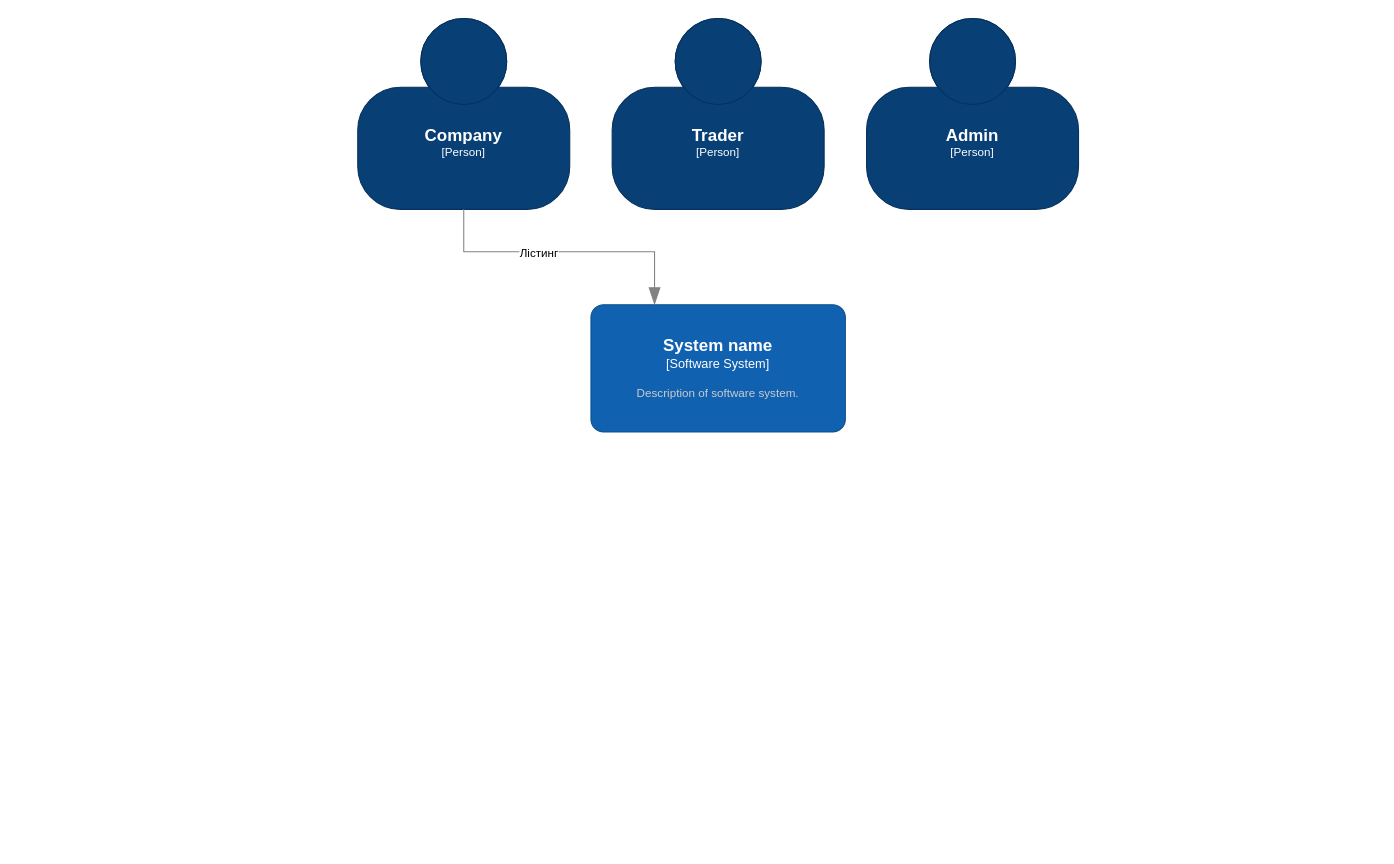
Before: stock_chart.drawio in PleskachSasha/stock_exchange, a draw.io diagram. Source tidied: cells renumbered, new cells numbered last; positions are measured from the earlier drawing's top-left corner, leaving out a move shared by most shapes. Both pictures are drawn from the tidied source at 106%, with x=0, y=0 at pixel (357, 18).
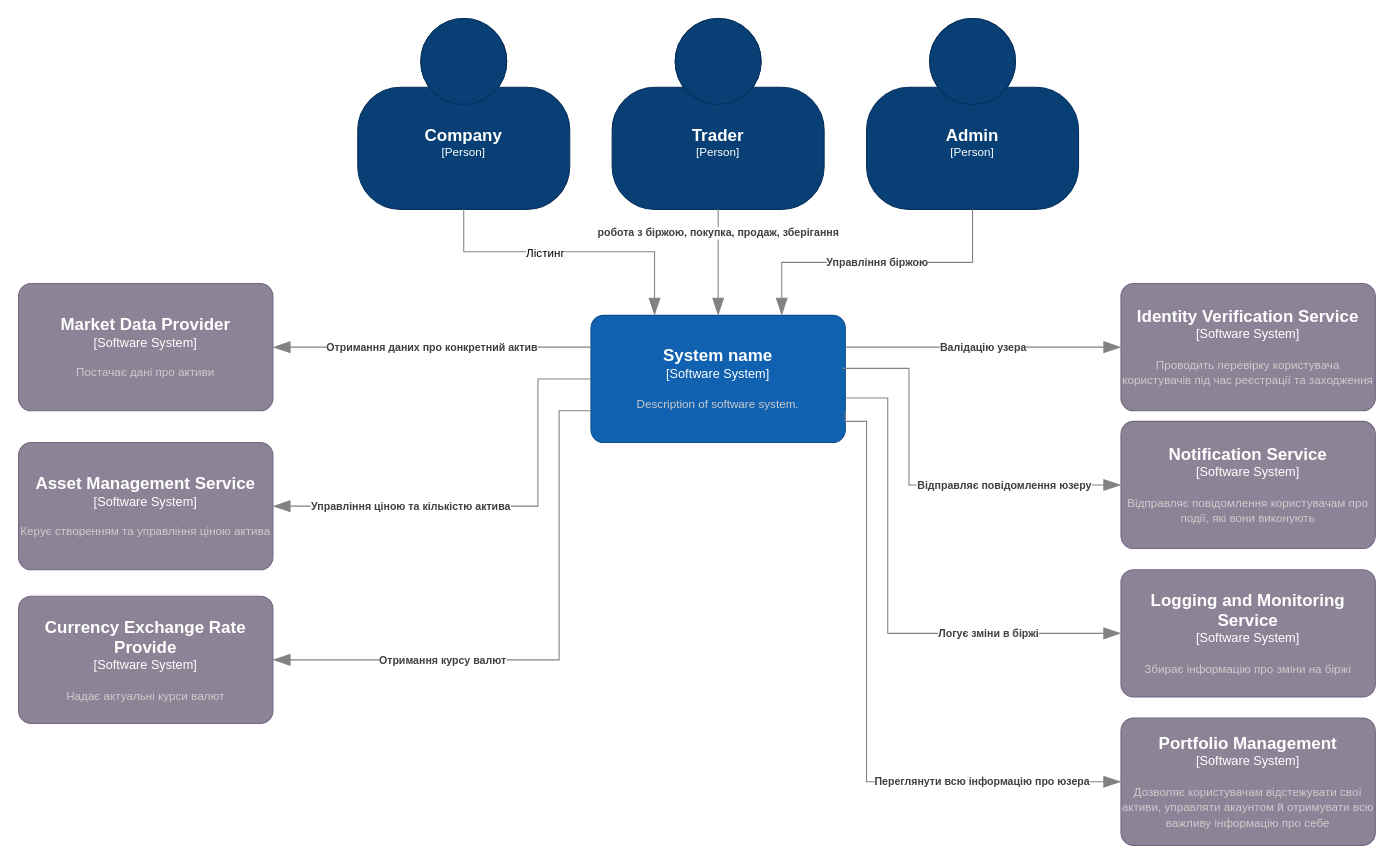
Above is the later version.

Commit message:
1 версія с4 контекст

Unchanged cells that the change refers to:
```xml
<object id="3" label="&lt;font style=&quot;font-size: 16px&quot;&gt;&lt;b&gt;%c4Name%&lt;/b&gt;&lt;/font&gt;&lt;div&gt;[%c4Type%]&lt;/div&gt;&lt;br&gt;&lt;div&gt;&lt;font style=&quot;font-size: 11px&quot;&gt;&lt;font color=&quot;#cccccc&quot;&gt;%c4Description%&lt;/font&gt;&lt;/div&gt;" c4Description="" c4Name="Trader" c4Type="Person" placeholders="1">
  <mxCell style="html=1;fontSize=11;dashed=0;whiteSpace=wrap;fillColor=#083F75;strokeColor=#06315C;fontColor=#ffffff;shape=mxgraph.c4.person2;align=center;points=[[0.5,0,0],[1,0.5,0],[1,0.75,0],[0.75,1,0],[0.5,1,0],[0.25,1,0],[0,0.75,0],[0,0.5,0]];" parent="1" vertex="1">
    <mxGeometry x="240" width="200" height="180" as="geometry" />
  </mxCell>
</object>
<object id="4" label="&lt;font style=&quot;font-size: 16px&quot;&gt;&lt;b&gt;%c4Name%&lt;/b&gt;&lt;/font&gt;&lt;div&gt;[%c4Type%]&lt;/div&gt;&lt;br&gt;&lt;div&gt;&lt;font style=&quot;font-size: 11px&quot;&gt;&lt;font color=&quot;#cccccc&quot;&gt;%c4Description%&lt;/font&gt;&lt;/div&gt;" c4Description="" c4Name="Admin" c4Type="Person" placeholders="1">
  <mxCell style="html=1;fontSize=11;dashed=0;whiteSpace=wrap;fillColor=#083F75;strokeColor=#06315C;fontColor=#ffffff;shape=mxgraph.c4.person2;align=center;points=[[0.5,0,0],[1,0.5,0],[1,0.75,0],[0.75,1,0],[0.5,1,0],[0.25,1,0],[0,0.75,0],[0,0.5,0]];" parent="1" vertex="1">
    <mxGeometry x="480" width="200" height="180" as="geometry" />
  </mxCell>
</object>
```

What changed in the source:
```diff
@@
     <object id="5" label="&lt;font style=&quot;font-size: 16px&quot;&gt;&lt;b&gt;%c4Name%&lt;/b&gt;&lt;/font&gt;&lt;div&gt;[%c4Type%]&lt;/div&gt;&lt;br&gt;&lt;div&gt;&lt;font style=&quot;font-size: 11px&quot;&gt;&lt;font color=&quot;#cccccc&quot;&gt;%c4Description%&lt;/font&gt;&lt;/div&gt;" c4Description="Description of software system." c4Name="System name" c4Type="Software System" placeholders="1">
       <mxCell style="rounded=1;whiteSpace=wrap;html=1;labelBackgroundColor=none;fillColor=#1061B0;fontColor=#ffffff;align=center;arcSize=10;strokeColor=#0D5091;points=[[0.25,0,0],[0.5,0,0],[0.75,0,0],[1,0.25,0],[1,0.5,0],[1,0.75,0],[0.75,1,0],[0.5,1,0],[0.25,1,0],[0,0.75,0],[0,0.5,0],[0,0.25,0]];" parent="1" vertex="1">
-        <mxGeometry x="220" y="270" width="240" height="120" as="geometry" />
+        <mxGeometry x="220" y="280" width="240" height="120" as="geometry" />
       </mxCell>
     </object>
@@
+    <object id="8" label="&lt;div style=&quot;text-align: left&quot;&gt;&lt;div style=&quot;text-align: center&quot;&gt;&lt;b&gt;%c4Description%&lt;/b&gt;&lt;/div&gt;" c4Description="робота з біржою, покупка, продаж, зберігання" placeholders="1">
+      <mxCell style="endArrow=blockThin;html=1;fontSize=10;fontColor=#404040;strokeWidth=1;endFill=1;strokeColor=#828282;elbow=vertical;endSize=14;startSize=14;jumpStyle=arc;jumpSize=16;rounded=0;edgeStyle=orthogonalEdgeStyle;exitX=0.5;exitY=1;exitDx=0;exitDy=0;exitPerimeter=0;entryX=0.5;entryY=0;entryDx=0;entryDy=0;entryPerimeter=0;" parent="1" edge="1" source="3" target="5">
+        <mxGeometry x="-0.56" relative="1" as="geometry" />
+      </mxCell>
+    </object>
+    <object id="9" label="&lt;div style=&quot;text-align: left&quot;&gt;&lt;div style=&quot;text-align: center&quot;&gt;&lt;b&gt;%c4Description%&lt;/b&gt;&lt;/div&gt;" c4Description="Управління біржою" placeholders="1">
+      <mxCell style="endArrow=blockThin;html=1;fontSize=10;fontColor=#404040;strokeWidth=1;endFill=1;strokeColor=#828282;elbow=vertical;endSize=14;startSize=14;jumpStyle=arc;jumpSize=16;rounded=0;edgeStyle=orthogonalEdgeStyle;exitX=0.5;exitY=1;exitDx=0;exitDy=0;exitPerimeter=0;entryX=0.75;entryY=0;entryDx=0;entryDy=0;entryPerimeter=0;" parent="1" edge="1" source="4" target="5">
+        <mxGeometry relative="1" as="geometry" />
+      </mxCell>
+    </object>
+    <object id="10" label="&lt;font style=&quot;font-size: 16px&quot;&gt;&lt;b&gt;%c4Name%&lt;/b&gt;&lt;/font&gt;&lt;div&gt;[%c4Type%]&lt;/div&gt;&lt;br&gt;&lt;div&gt;&lt;font style=&quot;font-size: 11px&quot;&gt;&lt;font color=&quot;#cccccc&quot;&gt;%c4Description%&lt;/font&gt;&lt;/div&gt;" c4Description="Постачає дані про активи" c4Name="Market Data Provider" c4Type="Software System" placeholders="1">
+      <mxCell style="rounded=1;whiteSpace=wrap;html=1;labelBackgroundColor=none;fillColor=#8C8496;fontColor=#ffffff;align=center;arcSize=10;strokeColor=#736782;points=[[0.25,0,0],[0.5,0,0],[0.75,0,0],[1,0.25,0],[1,0.5,0],[1,0.75,0],[0.75,1,0],[0.5,1,0],[0.25,1,0],[0,0.75,0],[0,0.5,0],[0,0.25,0]];" parent="1" vertex="1">
+        <mxGeometry x="-320" y="250" width="240" height="120" as="geometry" />
+      </mxCell>
+    </object>
+    <object id="11" label="&lt;font style=&quot;font-size: 16px&quot;&gt;&lt;b&gt;%c4Name%&lt;/b&gt;&lt;/font&gt;&lt;div&gt;[%c4Type%]&lt;/div&gt;&lt;br&gt;&lt;div&gt;&lt;font style=&quot;font-size: 11px&quot;&gt;&lt;font color=&quot;#cccccc&quot;&gt;%c4Description%&lt;/font&gt;&lt;/div&gt;" c4Description="Проводить перевірку користувача користувачів під час реєстрації та заходження " c4Name="Identity Verification Service" c4Type="Software System" placeholders="1">
+      <mxCell style="rounded=1;whiteSpace=wrap;html=1;labelBackgroundColor=none;fillColor=#8C8496;fontColor=#ffffff;align=center;arcSize=10;strokeColor=#736782;points=[[0.25,0,0],[0.5,0,0],[0.75,0,0],[1,0.25,0],[1,0.5,0],[1,0.75,0],[0.75,1,0],[0.5,1,0],[0.25,1,0],[0,0.75,0],[0,0.5,0],[0,0.25,0]];" parent="1" vertex="1">
+        <mxGeometry x="720" y="250" width="240" height="120" as="geometry" />
+      </mxCell>
+    </object>
+    <object id="12" label="&lt;font style=&quot;font-size: 16px&quot;&gt;&lt;b&gt;%c4Name%&lt;/b&gt;&lt;/font&gt;&lt;div&gt;[%c4Type%]&lt;/div&gt;&lt;br&gt;&lt;div&gt;&lt;font style=&quot;font-size: 11px&quot;&gt;&lt;font color=&quot;#cccccc&quot;&gt;%c4Description%&lt;/font&gt;&lt;/div&gt;" c4Description="Збирає інформацію про зміни на біржі&#10; " c4Name="Logging and Monitoring Service" c4Type="Software System" placeholders="1">
+      <mxCell style="rounded=1;whiteSpace=wrap;html=1;labelBackgroundColor=none;fillColor=#8C8496;fontColor=#ffffff;align=center;arcSize=10;strokeColor=#736782;points=[[0.25,0,0],[0.5,0,0],[0.75,0,0],[1,0.25,0],[1,0.5,0],[1,0.75,0],[0.75,1,0],[0.5,1,0],[0.25,1,0],[0,0.75,0],[0,0.5,0],[0,0.25,0]];" parent="1" vertex="1">
+        <mxGeometry x="720" y="520" width="240" height="120" as="geometry" />
+      </mxCell>
+    </object>
+    <object id="13" label="&lt;font style=&quot;font-size: 16px&quot;&gt;&lt;b&gt;%c4Name%&lt;/b&gt;&lt;/font&gt;&lt;div&gt;[%c4Type%]&lt;/div&gt;&lt;br&gt;&lt;div&gt;&lt;font style=&quot;font-size: 11px&quot;&gt;&lt;font color=&quot;#cccccc&quot;&gt;%c4Description%&lt;/font&gt;&lt;/div&gt;" c4Description="Надає актуальні курси валют" c4Name="Currency Exchange Rate Provide" c4Type="Software System" placeholders="1">
+      <mxCell style="rounded=1;whiteSpace=wrap;html=1;labelBackgroundColor=none;fillColor=#8C8496;fontColor=#ffffff;align=center;arcSize=10;strokeColor=#736782;points=[[0.25,0,0],[0.5,0,0],[0.75,0,0],[1,0.25,0],[1,0.5,0],[1,0.75,0],[0.75,1,0],[0.5,1,0],[0.25,1,0],[0,0.75,0],[0,0.5,0],[0,0.25,0]];" parent="1" vertex="1">
+        <mxGeometry x="-320" y="545" width="240" height="120" as="geometry" />
+      </mxCell>
+    </object>
+    <object id="14" label="&lt;font style=&quot;font-size: 16px&quot;&gt;&lt;b&gt;%c4Name%&lt;/b&gt;&lt;/font&gt;&lt;div&gt;[%c4Type%]&lt;/div&gt;&lt;br&gt;&lt;div&gt;&lt;font style=&quot;font-size: 11px&quot;&gt;&lt;font color=&quot;#cccccc&quot;&gt;%c4Description%&lt;/font&gt;&lt;/div&gt;" c4Description="Керує створенням та управління ціною актива" c4Name="Asset Management Service" c4Type="Software System" placeholders="1">
+      <mxCell style="rounded=1;whiteSpace=wrap;html=1;labelBackgroundColor=none;fillColor=#8C8496;fontColor=#ffffff;align=center;arcSize=10;strokeColor=#736782;points=[[0.25,0,0],[0.5,0,0],[0.75,0,0],[1,0.25,0],[1,0.5,0],[1,0.75,0],[0.75,1,0],[0.5,1,0],[0.25,1,0],[0,0.75,0],[0,0.5,0],[0,0.25,0]];" parent="1" vertex="1">
+        <mxGeometry x="-320" y="400" width="240" height="120" as="geometry" />
+      </mxCell>
+    </object>
+    <object id="15" label="&lt;font style=&quot;font-size: 16px&quot;&gt;&lt;b&gt;%c4Name%&lt;/b&gt;&lt;/font&gt;&lt;div&gt;[%c4Type%]&lt;/div&gt;&lt;br&gt;&lt;div&gt;&lt;font style=&quot;font-size: 11px&quot;&gt;&lt;font color=&quot;#cccccc&quot;&gt;%c4Description%&lt;/font&gt;&lt;/div&gt;" c4Description=" Дозволяє користувачам відстежувати свої активи, управляти акаунтом й отримувати всю важливу інформацію про себе" c4Name="Portfolio Management " c4Type="Software System" placeholders="1">
+      <mxCell style="rounded=1;whiteSpace=wrap;html=1;labelBackgroundColor=none;fillColor=#8C8496;fontColor=#ffffff;align=center;arcSize=10;strokeColor=#736782;points=[[0.25,0,0],[0.5,0,0],[0.75,0,0],[1,0.25,0],[1,0.5,0],[1,0.75,0],[0.75,1,0],[0.5,1,0],[0.25,1,0],[0,0.75,0],[0,0.5,0],[0,0.25,0]];" parent="1" vertex="1">
+        <mxGeometry x="720" y="660" width="240" height="120" as="geometry" />
+      </mxCell>
+    </object>
+    <object id="16" label="&lt;div style=&quot;text-align: left&quot;&gt;&lt;div style=&quot;text-align: center&quot;&gt;&lt;b&gt;%c4Description%&lt;/b&gt;&lt;/div&gt;" c4Description="Отримання даних про конкретний актив" placeholders="1">
+      <mxCell style="endArrow=blockThin;html=1;fontSize=10;fontColor=#404040;strokeWidth=1;endFill=1;strokeColor=#828282;elbow=vertical;endSize=14;startSize=14;jumpStyle=arc;jumpSize=16;rounded=0;edgeStyle=orthogonalEdgeStyle;entryX=1;entryY=0.5;entryDx=0;entryDy=0;entryPerimeter=0;exitX=0;exitY=0.25;exitDx=0;exitDy=0;exitPerimeter=0;" parent="1" edge="1" source="5" target="10">
+        <mxGeometry relative="1" as="geometry" />
+      </mxCell>
+    </object>
+    <object id="17" label="&lt;div style=&quot;text-align: left&quot;&gt;&lt;div style=&quot;text-align: center&quot;&gt;&lt;b&gt;%c4Description%&lt;/b&gt;&lt;/div&gt;" c4Description="Отримання курсу валют" placeholders="1">
+      <mxCell style="endArrow=blockThin;html=1;fontSize=10;fontColor=#404040;strokeWidth=1;endFill=1;strokeColor=#828282;elbow=vertical;endSize=14;startSize=14;jumpStyle=arc;jumpSize=16;rounded=0;edgeStyle=orthogonalEdgeStyle;exitX=0;exitY=0.75;exitDx=0;exitDy=0;exitPerimeter=0;entryX=1;entryY=0.5;entryDx=0;entryDy=0;entryPerimeter=0;" parent="1" edge="1" source="5" target="13">
+        <mxGeometry x="0.4" relative="1" as="geometry">
+          <Array as="points">
+            <mxPoint x="190" y="370" />
+            <mxPoint x="190" y="605" />
+          </Array>
+        </mxGeometry>
+      </mxCell>
+    </object>
+    <object id="18" label="&lt;div style=&quot;text-align: left&quot;&gt;&lt;div style=&quot;text-align: center&quot;&gt;&lt;b&gt;%c4Description%&lt;/b&gt;&lt;/div&gt;" c4Description="Управління ціною та кількістю актива" placeholders="1">
+      <mxCell style="endArrow=blockThin;html=1;fontSize=10;fontColor=#404040;strokeWidth=1;endFill=1;strokeColor=#828282;elbow=vertical;endSize=14;startSize=14;jumpStyle=arc;jumpSize=16;rounded=0;edgeStyle=orthogonalEdgeStyle;entryX=1;entryY=0.5;entryDx=0;entryDy=0;entryPerimeter=0;exitX=0;exitY=0.5;exitDx=0;exitDy=0;exitPerimeter=0;" parent="1" edge="1" source="5" target="14">
+        <mxGeometry x="0.38" relative="1" as="geometry">
+          <Array as="points">
+            <mxPoint x="170" y="340" />
+            <mxPoint x="170" y="460" />
+          </Array>
+        </mxGeometry>
+      </mxCell>
+    </object>
+    <object id="19" label="&lt;div style=&quot;text-align: left&quot;&gt;&lt;div style=&quot;text-align: center&quot;&gt;&lt;b&gt;%c4Description%&lt;/b&gt;&lt;/div&gt;" c4Description="Валідацію узера " placeholders="1">
+      <mxCell style="endArrow=blockThin;html=1;fontSize=10;fontColor=#404040;strokeWidth=1;endFill=1;strokeColor=#828282;elbow=vertical;endSize=14;startSize=14;jumpStyle=arc;jumpSize=16;rounded=0;edgeStyle=orthogonalEdgeStyle;entryX=0;entryY=0.5;entryDx=0;entryDy=0;entryPerimeter=0;exitX=1;exitY=0.25;exitDx=0;exitDy=0;exitPerimeter=0;" parent="1" edge="1" source="5" target="11">
+        <mxGeometry relative="1" as="geometry" />
+      </mxCell>
+    </object>
+    <object id="20" label="&lt;div style=&quot;text-align: left&quot;&gt;&lt;div style=&quot;text-align: center&quot;&gt;&lt;b&gt;%c4Description%&lt;/b&gt;&lt;/div&gt;" c4Description="Логує зміни в біржі" placeholders="1">
+      <mxCell style="endArrow=blockThin;html=1;fontSize=10;fontColor=#404040;strokeWidth=1;endFill=1;strokeColor=#828282;elbow=vertical;endSize=14;startSize=14;jumpStyle=arc;jumpSize=16;rounded=0;edgeStyle=orthogonalEdgeStyle;entryX=0;entryY=0.5;entryDx=0;entryDy=0;entryPerimeter=0;exitX=1.004;exitY=0.65;exitDx=0;exitDy=0;exitPerimeter=0;" parent="1" edge="1" source="5" target="12">
+        <mxGeometry x="0.48" relative="1" as="geometry">
+          <Array as="points">
+            <mxPoint x="500" y="358" />
+            <mxPoint x="500" y="580" />
+          </Array>
+        </mxGeometry>
+      </mxCell>
+    </object>
+    <object id="21" label="&lt;div style=&quot;text-align: left&quot;&gt;&lt;div style=&quot;text-align: center&quot;&gt;&lt;b&gt;%c4Description%&lt;/b&gt;&lt;/div&gt;" c4Description="Відправляє повідомлення юзеру" placeholders="1">
+      <mxCell style="endArrow=blockThin;html=1;fontSize=10;fontColor=#404040;strokeWidth=1;endFill=1;strokeColor=#828282;elbow=vertical;endSize=14;startSize=14;jumpStyle=arc;jumpSize=16;rounded=0;edgeStyle=orthogonalEdgeStyle;entryX=0;entryY=0.5;entryDx=0;entryDy=0;entryPerimeter=0;" parent="1" edge="1" target="23">
+        <mxGeometry x="0.41" relative="1" as="geometry">
+          <mxPoint x="457" y="330" as="sourcePoint" />
+          <Array as="points">
+            <mxPoint x="520" y="330" />
+            <mxPoint x="520" y="440" />
+          </Array>
+        </mxGeometry>
+      </mxCell>
+    </object>
+    <object id="22" label="&lt;div style=&quot;text-align: left&quot;&gt;&lt;div style=&quot;text-align: center&quot;&gt;&lt;b&gt;%c4Description%&lt;/b&gt;&lt;/div&gt;" c4Description="Переглянути всю інформацію про юзера" placeholders="1">
+      <mxCell style="endArrow=blockThin;html=1;fontSize=10;fontColor=#404040;strokeWidth=1;endFill=1;strokeColor=#828282;elbow=vertical;endSize=14;startSize=14;jumpStyle=arc;jumpSize=16;rounded=0;edgeStyle=orthogonalEdgeStyle;entryX=0;entryY=0.5;entryDx=0;entryDy=0;entryPerimeter=0;exitX=1;exitY=0.75;exitDx=0;exitDy=0;exitPerimeter=0;" parent="1" edge="1" source="5" target="15">
+        <mxGeometry x="0.57" relative="1" as="geometry">
+          <Array as="points">
+            <mxPoint x="460" y="380" />
+            <mxPoint x="480" y="380" />
+            <mxPoint x="480" y="720" />
+          </Array>
+        </mxGeometry>
+      </mxCell>
+    </object>
+    <object id="23" label="&lt;font style=&quot;font-size: 16px&quot;&gt;&lt;b&gt;%c4Name%&lt;/b&gt;&lt;/font&gt;&lt;div&gt;[%c4Type%]&lt;/div&gt;&lt;br&gt;&lt;div&gt;&lt;font style=&quot;font-size: 11px&quot;&gt;&lt;font color=&quot;#cccccc&quot;&gt;%c4Description%&lt;/font&gt;&lt;/div&gt;" c4Description=" Відправляє повідомлення користувачам про події, які вони виконують" c4Name="Notification Service " c4Type="Software System" placeholders="1">
+      <mxCell style="rounded=1;whiteSpace=wrap;html=1;labelBackgroundColor=none;fillColor=#8C8496;fontColor=#ffffff;align=center;arcSize=10;strokeColor=#736782;points=[[0.25,0,0],[0.5,0,0],[0.75,0,0],[1,0.25,0],[1,0.5,0],[1,0.75,0],[0.75,1,0],[0.5,1,0],[0.25,1,0],[0,0.75,0],[0,0.5,0],[0,0.25,0]];" parent="1" vertex="1">
+        <mxGeometry x="720" y="380" width="240" height="120" as="geometry" />
+      </mxCell>
+    </object>
```
